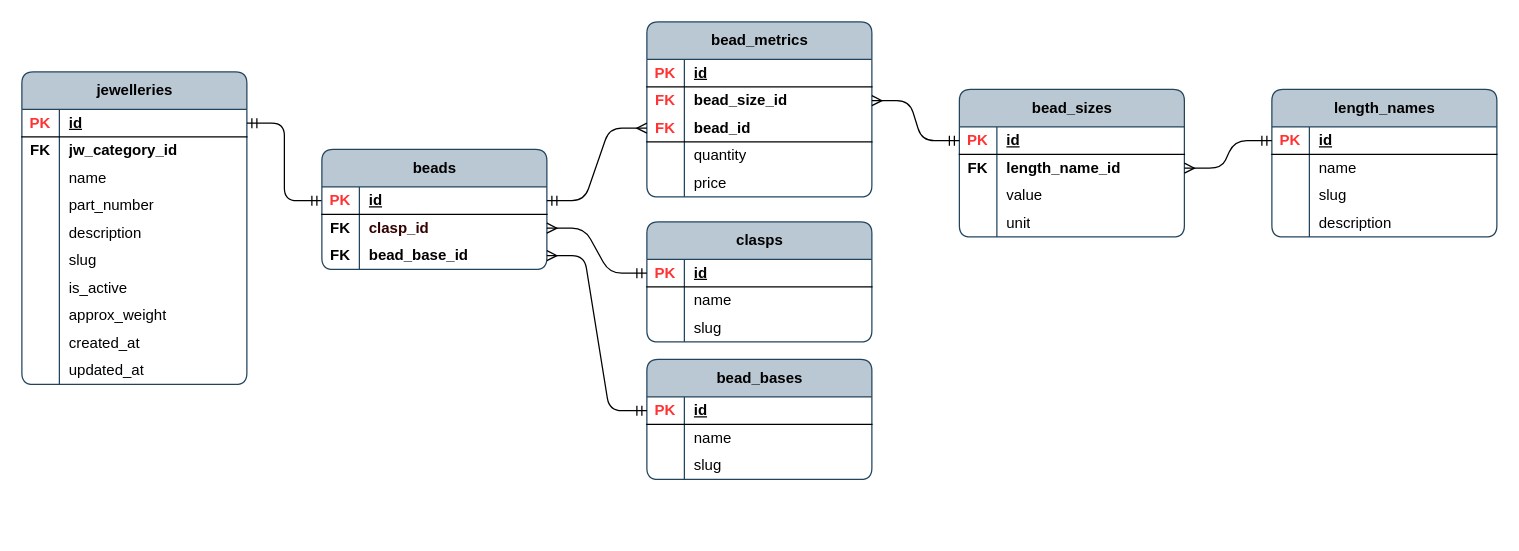
Before: page "jw_bead_props" (12 of 14) of publisher/laravel-app/psql_jewellery_items.drawio in Local-development-environment/msg-brokers-publisher-consumer, a draw.io diagram. Source tidied: cells renumbered, new cells numbered last; positions are measured from the earlier drawing's top-left corner, leaving out a move shared by most shapes. Both pictures are drawn from the tidied source at 125%, with x=0, y=0 at pixel (21, 21).
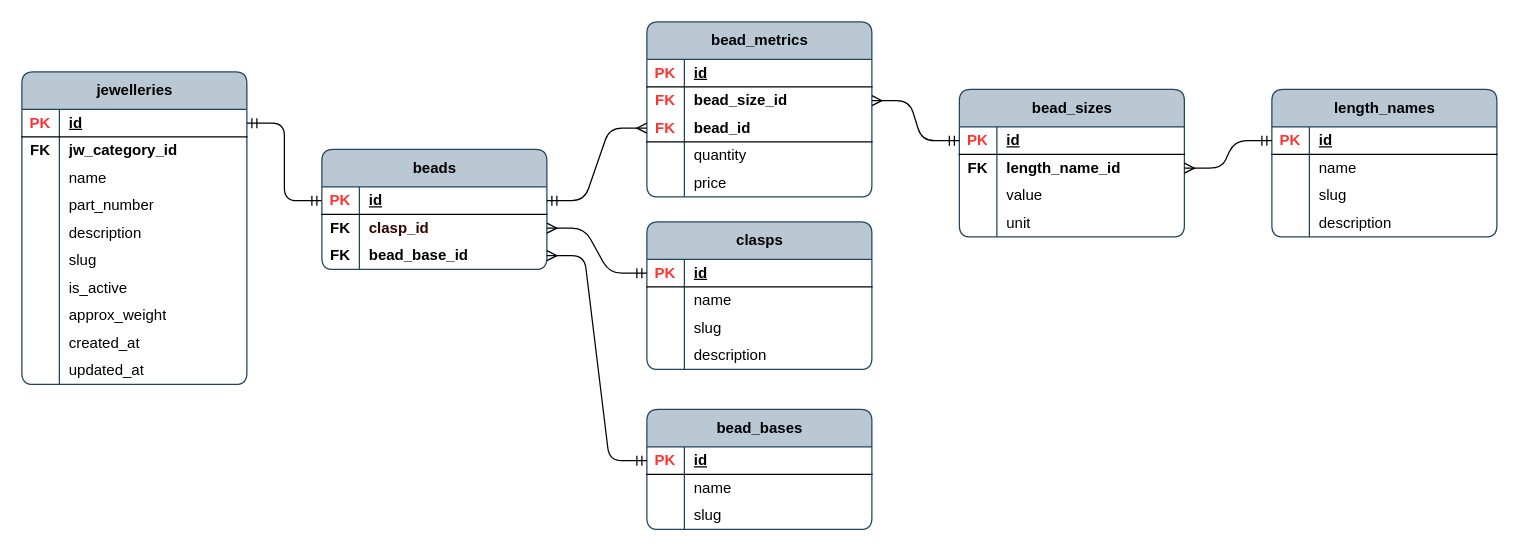
The same diagram, later.

What changed in the source:
```diff
@@
     <mxCell id="73" value="clasps" style="shape=table;startSize=30;childLayout=tableLayout;rowLines=0;fontStyle=1;align=center;html=1;rounded=1;swimlaneFillColor=none;fillColor=#bac8d3;strokeColor=#23445d;columnLines=1;arcSize=10;" parent="1" vertex="1">
-      <mxGeometry x="500" y="160" width="180" height="96" as="geometry" />
+      <mxGeometry x="500" y="160" width="180" height="118" as="geometry" />
     </mxCell>
@@
+    <mxCell id="111" style="shape=tableRow;horizontal=0;startSize=0;swimlaneHead=0;swimlaneBody=0;fillColor=none;top=0;left=0;right=0;bottom=0;rounded=0;" parent="73" vertex="1">
+      <mxGeometry y="96" width="180" height="22" as="geometry" />
+    </mxCell>
+    <mxCell id="112" style="shape=partialRectangle;fillColor=none;top=0;left=0;bottom=0;right=0;overflow=hidden;whiteSpace=wrap;html=1;" parent="111" vertex="1">
+      <mxGeometry width="30" height="22" as="geometry" />
+    </mxCell>
+    <mxCell id="113" value="description" style="shape=partialRectangle;fillColor=none;top=0;left=0;bottom=0;right=0;align=left;spacingLeft=6;overflow=hidden;whiteSpace=wrap;html=1;" parent="111" vertex="1">
+      <mxGeometry x="30" width="150" height="22" as="geometry" />
+    </mxCell>
@@
     <mxCell id="86" value="bead_bases" style="shape=table;startSize=30;childLayout=tableLayout;rowLines=0;fontStyle=1;align=center;html=1;rounded=1;swimlaneFillColor=none;fillColor=#bac8d3;strokeColor=#23445d;columnLines=1;arcSize=10;" parent="1" vertex="1">
-      <mxGeometry x="500" y="270" width="180" height="96" as="geometry" />
+      <mxGeometry x="500" y="310" width="180" height="96" as="geometry" />
     </mxCell>
```
